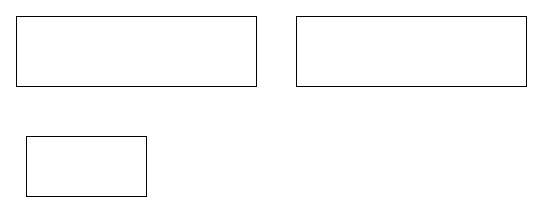
Before: 未命名绘图.drawio in David-Liu5460/system-diagram, a draw.io diagram. Source tidied: cells renumbered, new cells numbered last; positions are measured from the earlier drawing's top-left corner, leaving out a move shared by most shapes. Both pictures are drawn from the tidied source at 100%, with x=0, y=0 at pixel (16, 16).
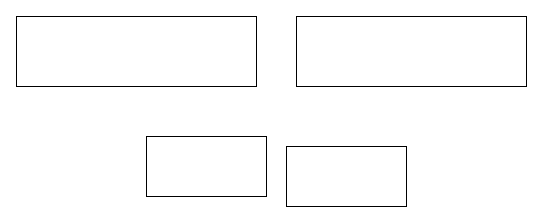
Above is the later version.

Change to the diagram source:
```diff
@@
 <mxGraphModel>
   <root>
     <mxCell id="0" />
     <mxCell id="1" parent="0" />
     <mxCell id="2" style="rounded=0;whiteSpace=wrap;html=1;" parent="1" vertex="1">
       <mxGeometry width="240" height="70" as="geometry" />
     </mxCell>
     <mxCell id="3" style="rounded=0;whiteSpace=wrap;html=1;" parent="1" vertex="1">
       <mxGeometry x="280" width="230" height="70" as="geometry" />
     </mxCell>
     <mxCell id="4" style="rounded=0;whiteSpace=wrap;html=1;" parent="1" vertex="1">
-      <mxGeometry x="10" y="120" width="120" height="60" as="geometry" />
+      <mxGeometry x="130" y="120" width="120" height="60" as="geometry" />
     </mxCell>
+    <mxCell id="5" style="rounded=0;whiteSpace=wrap;html=1;" parent="1" vertex="1">
+      <mxGeometry x="270" y="130" width="120" height="60" as="geometry" />
+    </mxCell>
   </root>
 </mxGraphModel>
```
